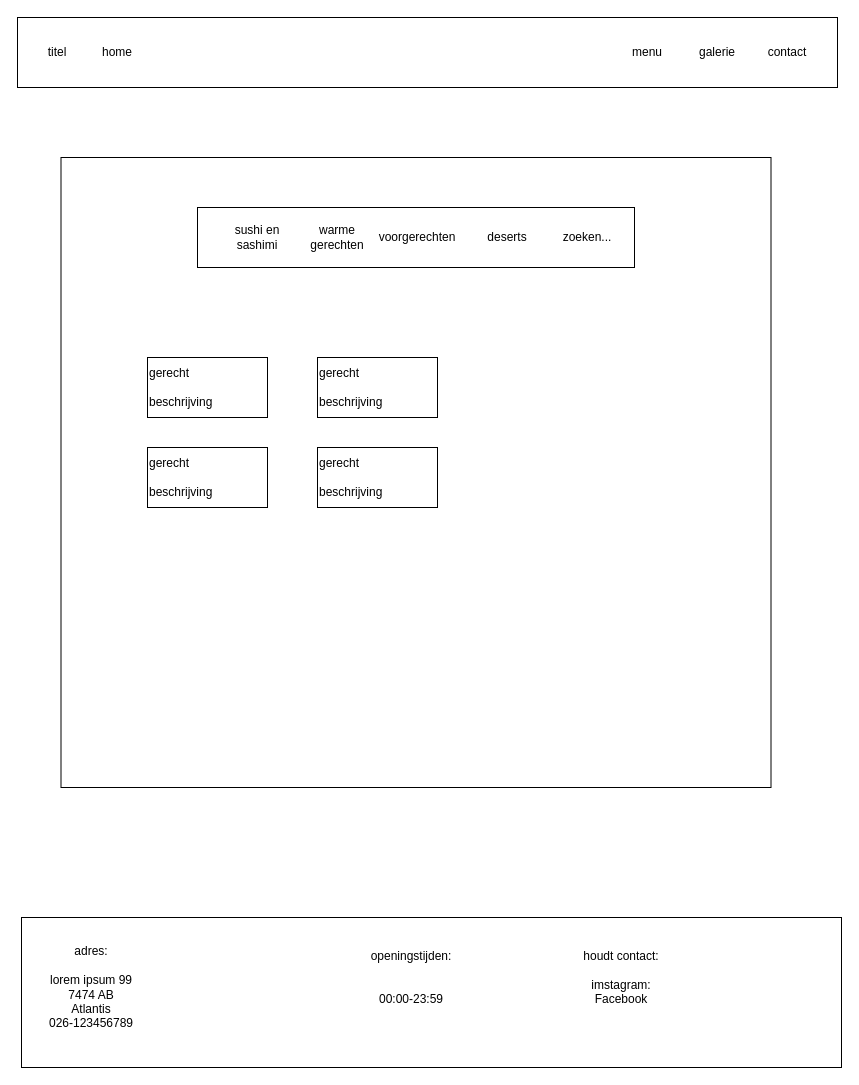
The draw.io diagram page "menu" (2 of 4) of website-design.drawio in Yonaki51/webapplicatie-1-restaurant-website, before the edit. Source tidied: cells renumbered, new cells numbered last; positions are measured from the earlier drawing's top-left corner, leaving out a move shared by most shapes. Both pictures are drawn from the tidied source at 100%, with x=0, y=0 at pixel (17, 17).
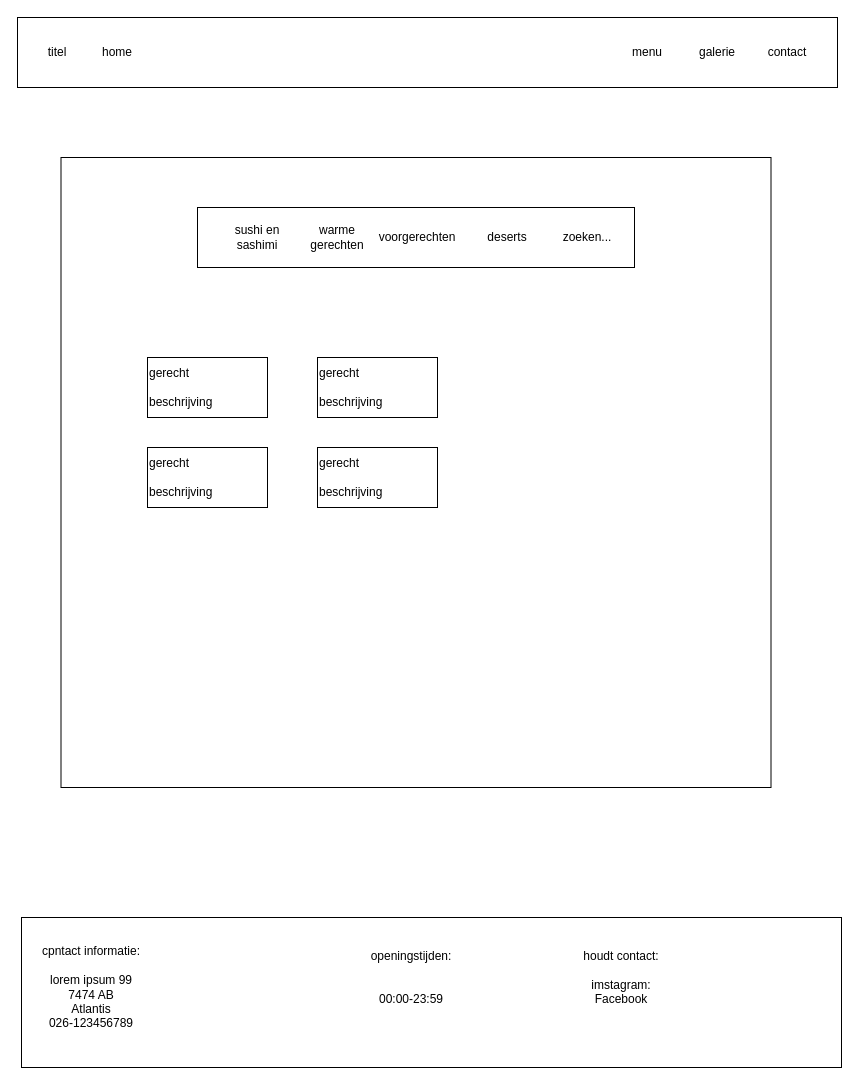
The same page after the edit.

What changed in the source:
```diff
@@
-    <mxCell id="20" value="adres:&lt;br&gt;&lt;br&gt;lorem ipsum 99&lt;br&gt;7474 AB&lt;br&gt;Atlantis&lt;br&gt;026-123456789" style="text;html=1;align=center;verticalAlign=middle;whiteSpace=wrap;rounded=0;" parent="1" vertex="1">
+    <mxCell id="20" value="cpntact informatie:&lt;br&gt;&lt;br&gt;lorem ipsum 99&lt;br&gt;7474 AB&lt;br&gt;Atlantis&lt;br&gt;026-123456789" style="text;html=1;align=center;verticalAlign=middle;whiteSpace=wrap;rounded=0;" parent="1" vertex="1">
       <mxGeometry x="14" y="940" width="120" height="60" as="geometry" />
     </mxCell>
```
